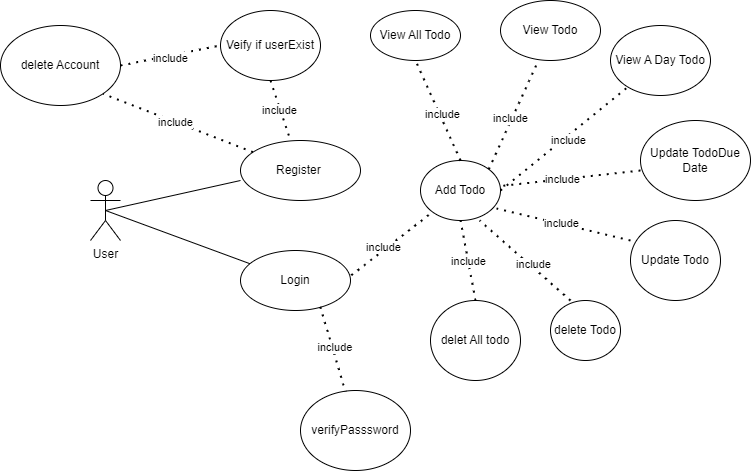
The draw.io diagram TodoListUseCase.png in OgungbeniOpeoluwa/TodoListApp, before a commit. Source tidied: cells renumbered, new cells last; positions are measured from the earlier drawing's top-left corner, leaving out a move shared by most shapes.
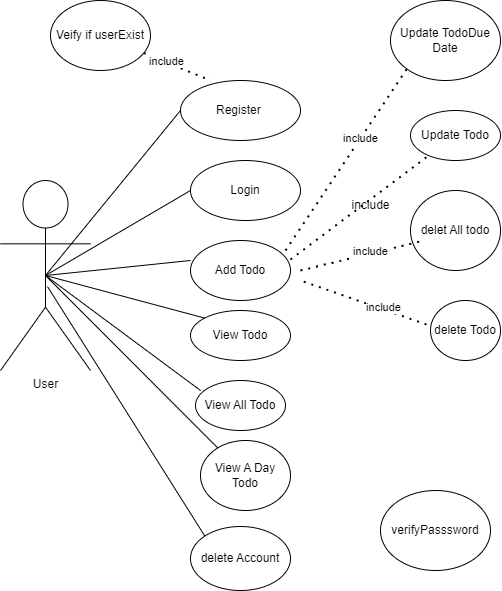
After the commit.

Commit message:
updated documentation and use case diagram

The edit, as a diff of the source:
```diff
@@ -3,133 +3,111 @@
     <mxCell id="0" />
     <mxCell id="1" parent="0" />
     <mxCell id="2" value="User&lt;br&gt;&lt;br&gt;" style="shape=umlActor;verticalLabelPosition=bottom;verticalAlign=top;html=1;outlineConnect=0;" parent="1" vertex="1">
-      <mxGeometry x="90" y="180" width="30" height="60" as="geometry" />
+      <mxGeometry x="40" y="90" width="90" height="190" as="geometry" />
     </mxCell>
-    <mxCell id="3" style="endArrow=none;html=1;rounded=0;exitX=0.5;exitY=0.5;exitDx=0;exitDy=0;exitPerimeter=0;" parent="1" edge="1" source="2">
-      <mxGeometry relative="1" as="geometry">
-        <mxPoint x="240" y="180" as="targetPoint" />
-      </mxGeometry>
+    <mxCell id="3" style="endArrow=none;html=1;rounded=0;exitX=0.5;exitY=0.5;exitDx=0;exitDy=0;exitPerimeter=0;entryX=0;entryY=0.5;entryDx=0;entryDy=0;" parent="1" edge="1" source="2" target="4">
+      <mxGeometry relative="1" as="geometry" />
     </mxCell>
     <mxCell id="4" value="Register&amp;nbsp;" style="ellipse;whiteSpace=wrap;html=1;" parent="1" vertex="1">
-      <mxGeometry x="240" y="140" width="120" height="60" as="geometry" />
+      <mxGeometry x="220" y="-10" width="120" height="60" as="geometry" />
     </mxCell>
     <mxCell id="5" value="Login" style="ellipse;whiteSpace=wrap;html=1;" parent="1" vertex="1">
-      <mxGeometry x="240" y="250" width="110" height="60" as="geometry" />
+      <mxGeometry x="230" y="70" width="110" height="60" as="geometry" />
     </mxCell>
-    <mxCell id="6" style="endArrow=none;html=1;rounded=0;exitX=0.5;exitY=0.5;exitDx=0;exitDy=0;exitPerimeter=0;" parent="1" edge="1" source="2" target="5">
+    <mxCell id="6" style="endArrow=none;html=1;rounded=0;exitX=0.5;exitY=0.5;exitDx=0;exitDy=0;exitPerimeter=0;entryX=0;entryY=0.5;entryDx=0;entryDy=0;" parent="1" edge="1" source="2" target="5">
       <mxGeometry relative="1" as="geometry" />
     </mxCell>
-    <mxCell id="7" style="endArrow=none;dashed=1;html=1;dashPattern=1 3;strokeWidth=2;rounded=0;exitX=1.008;exitY=0.413;exitDx=0;exitDy=0;exitPerimeter=0;" parent="1" edge="1" source="5" target="9">
-      <mxGeometry relative="1" as="geometry" />
-    </mxCell>
-    <mxCell id="8" value="include" style="edgeLabel;html=1;align=center;verticalAlign=middle;" parent="7" vertex="1">
-      <mxGeometry x="-0.18" y="3" relative="1" as="geometry" />
-    </mxCell>
     <mxCell id="9" value="Add Todo" style="ellipse;whiteSpace=wrap;html=1;" parent="1" vertex="1">
-      <mxGeometry x="420" y="160" width="80" height="60" as="geometry" />
+      <mxGeometry x="230" y="150" width="100" height="60" as="geometry" />
     </mxCell>
     <mxCell id="10" value="View Todo" style="ellipse;whiteSpace=wrap;html=1;" parent="1" vertex="1">
-      <mxGeometry x="500" width="100" height="60" as="geometry" />
+      <mxGeometry x="230" y="220" width="100" height="50" as="geometry" />
     </mxCell>
     <mxCell id="11" value="View All Todo" style="ellipse;whiteSpace=wrap;html=1;" parent="1" vertex="1">
-      <mxGeometry x="370" y="10" width="90" height="50" as="geometry" />
+      <mxGeometry x="235" y="290" width="90" height="50" as="geometry" />
     </mxCell>
     <mxCell id="12" value="View A Day Todo" style="ellipse;whiteSpace=wrap;html=1;" parent="1" vertex="1">
-      <mxGeometry x="610" y="25" width="100" height="70" as="geometry" />
+      <mxGeometry x="240" y="350" width="90" height="70" as="geometry" />
     </mxCell>
     <mxCell id="13" value="Update TodoDue Date" style="ellipse;whiteSpace=wrap;html=1;" parent="1" vertex="1">
-      <mxGeometry x="640" y="120" width="110" height="80" as="geometry" />
+      <mxGeometry x="430" y="-90" width="110" height="80" as="geometry" />
     </mxCell>
     <mxCell id="14" value="Update Todo" style="ellipse;whiteSpace=wrap;html=1;" parent="1" vertex="1">
-      <mxGeometry x="630" y="220" width="90" height="80" as="geometry" />
+      <mxGeometry x="450" y="20" width="90" height="50" as="geometry" />
     </mxCell>
     <mxCell id="15" value="delete Todo" style="ellipse;whiteSpace=wrap;html=1;" parent="1" vertex="1">
-      <mxGeometry x="550" y="300" width="70" height="60" as="geometry" />
+      <mxGeometry x="470" y="210" width="70" height="60" as="geometry" />
     </mxCell>
     <mxCell id="16" value="delet All todo" style="ellipse;whiteSpace=wrap;html=1;" parent="1" vertex="1">
-      <mxGeometry x="430" y="300" width="90" height="80" as="geometry" />
+      <mxGeometry x="450" y="100" width="90" height="80" as="geometry" />
     </mxCell>
     <mxCell id="17" value="delete Account" style="ellipse;whiteSpace=wrap;html=1;" parent="1" vertex="1">
-      <mxGeometry y="25" width="120" height="80" as="geometry" />
+      <mxGeometry x="230" y="436" width="100" height="64" as="geometry" />
     </mxCell>
-    <mxCell id="18" style="endArrow=none;dashed=1;html=1;dashPattern=1 3;strokeWidth=2;rounded=0;entryX=0.5;entryY=1;entryDx=0;entryDy=0;exitX=0.5;exitY=0;exitDx=0;exitDy=0;" parent="1" edge="1" source="9" target="11">
-      <mxGeometry relative="1" as="geometry" />
-    </mxCell>
-    <mxCell id="19" value="include" style="edgeLabel;html=1;align=center;verticalAlign=middle;" parent="18" vertex="1">
-      <mxGeometry x="-0.09" y="-2" relative="1" as="geometry" />
-    </mxCell>
-    <mxCell id="20" style="endArrow=none;dashed=1;html=1;dashPattern=1 3;strokeWidth=2;rounded=0;exitX=1;exitY=0;exitDx=0;exitDy=0;entryX=0.37;entryY=1.033;entryDx=0;entryDy=0;entryPerimeter=0;" parent="1" edge="1" source="9" target="10">
-      <mxGeometry relative="1" as="geometry" />
-    </mxCell>
-    <mxCell id="21" value="include" style="edgeLabel;html=1;align=center;verticalAlign=middle;" parent="20" vertex="1">
-      <mxGeometry x="-0.06" y="2" relative="1" as="geometry" />
-    </mxCell>
-    <mxCell id="22" style="endArrow=none;dashed=1;html=1;dashPattern=1 3;strokeWidth=2;rounded=0;exitX=1;exitY=0.5;exitDx=0;exitDy=0;" parent="1" edge="1" source="9" target="12">
-      <mxGeometry relative="1" as="geometry" />
-    </mxCell>
-    <mxCell id="23" value="include" style="edgeLabel;html=1;align=center;verticalAlign=middle;" parent="22" vertex="1">
-      <mxGeometry x="0.02" y="-3" relative="1" as="geometry" />
-    </mxCell>
-    <mxCell id="24" style="endArrow=none;dashed=1;html=1;dashPattern=1 3;strokeWidth=2;rounded=0;" parent="1" edge="1" target="9">
-      <mxGeometry relative="1" as="geometry">
-        <mxPoint x="640" y="170" as="sourcePoint" />
-      </mxGeometry>
-    </mxCell>
-    <mxCell id="25" value="include" style="edgeLabel;html=1;align=center;verticalAlign=middle;" parent="24" vertex="1">
-      <mxGeometry x="0.12" relative="1" as="geometry" />
-    </mxCell>
-    <mxCell id="26" style="endArrow=none;dashed=1;html=1;dashPattern=1 3;strokeWidth=2;rounded=0;exitX=0;exitY=0.25;exitDx=0;exitDy=0;entryX=0.95;entryY=0.8;entryDx=0;entryDy=0;entryPerimeter=0;exitPerimeter=0;" parent="1" edge="1" source="14" target="9">
-      <mxGeometry relative="1" as="geometry" />
-    </mxCell>
-    <mxCell id="27" value="include" style="edgeLabel;html=1;align=center;verticalAlign=middle;" parent="26" vertex="1">
-      <mxGeometry x="0.04" y="-1" relative="1" as="geometry" />
-    </mxCell>
     <mxCell id="28" style="edgeStyle=orthogonalEdgeStyle;rounded=0;orthogonalLoop=1;jettySize=auto;html=1;exitX=0.5;exitY=1;exitDx=0;exitDy=0;" parent="1" edge="1" source="15" target="15">
       <mxGeometry relative="1" as="geometry" />
     </mxCell>
-    <mxCell id="29" style="endArrow=none;dashed=1;html=1;dashPattern=1 3;strokeWidth=2;rounded=0;exitX=0.286;exitY=0;exitDx=0;exitDy=0;exitPerimeter=0;entryX=0.738;entryY=1;entryDx=0;entryDy=0;entryPerimeter=0;" parent="1" edge="1" source="15" target="9">
-      <mxGeometry relative="1" as="geometry" />
-    </mxCell>
-    <mxCell id="30" value="include" style="edgeLabel;html=1;align=center;verticalAlign=middle;" parent="29" vertex="1">
-      <mxGeometry x="-0.14" y="-3" relative="1" as="geometry" />
-    </mxCell>
-    <mxCell id="31" style="endArrow=none;dashed=1;html=1;dashPattern=1 3;strokeWidth=2;rounded=0;exitX=0.5;exitY=0;exitDx=0;exitDy=0;entryX=0.5;entryY=1;entryDx=0;entryDy=0;" parent="1" edge="1" source="16" target="9">
-      <mxGeometry relative="1" as="geometry" />
-    </mxCell>
-    <mxCell id="32" value="include" style="edgeLabel;html=1;align=center;verticalAlign=middle;" parent="31" vertex="1">
-      <mxGeometry x="-0.03" relative="1" as="geometry" />
-    </mxCell>
-    <mxCell id="33" style="endArrow=none;dashed=1;html=1;dashPattern=1 3;strokeWidth=2;rounded=0;entryX=1;entryY=1;entryDx=0;entryDy=0;" parent="1" edge="1" source="4" target="17">
-      <mxGeometry relative="1" as="geometry" />
-    </mxCell>
-    <mxCell id="34" value="include" style="edgeLabel;html=1;align=center;verticalAlign=middle;" parent="33" vertex="1">
-      <mxGeometry x="0.02" y="1" relative="1" as="geometry">
-        <mxPoint y="-1" as="offset" />
-      </mxGeometry>
-    </mxCell>
     <mxCell id="35" value="verifyPasssword" style="ellipse;whiteSpace=wrap;html=1;" parent="1" vertex="1">
-      <mxGeometry x="300" y="390" width="110" height="80" as="geometry" />
+      <mxGeometry x="420" y="400" width="110" height="80" as="geometry" />
     </mxCell>
-    <mxCell id="36" style="endArrow=none;dashed=1;html=1;dashPattern=1 3;strokeWidth=2;rounded=0;exitX=0.725;exitY=0.938;exitDx=0;exitDy=0;exitPerimeter=0;entryX=0.409;entryY=0.013;entryDx=0;entryDy=0;entryPerimeter=0;" parent="1" edge="1" source="5" target="35">
-      <mxGeometry relative="1" as="geometry" />
-    </mxCell>
-    <mxCell id="37" value="include&amp;nbsp;" style="edgeLabel;html=1;align=center;verticalAlign=middle;" parent="36" vertex="1">
-      <mxGeometry x="-0.02" y="4" relative="1" as="geometry" />
-    </mxCell>
     <mxCell id="38" value="Veify if userExist" style="ellipse;whiteSpace=wrap;html=1;" parent="1" vertex="1">
-      <mxGeometry x="220" y="10" width="100" height="70" as="geometry" />
+      <mxGeometry x="90" y="-90" width="100" height="70" as="geometry" />
     </mxCell>
+    <mxCell id="43" style="endArrow=none;html=1;rounded=0;exitX=0.5;exitY=0.5;exitDx=0;exitDy=0;exitPerimeter=0;" parent="1" edge="1" source="2">
+      <mxGeometry relative="1" as="geometry">
+        <mxPoint x="230" y="170" as="targetPoint" />
+      </mxGeometry>
+    </mxCell>
+    <mxCell id="44" style="endArrow=none;html=1;rounded=0;exitX=0.5;exitY=0.5;exitDx=0;exitDy=0;exitPerimeter=0;entryX=0;entryY=0;entryDx=0;entryDy=0;" parent="1" edge="1" source="2" target="10">
+      <mxGeometry relative="1" as="geometry" />
+    </mxCell>
+    <mxCell id="45" style="endArrow=none;html=1;rounded=0;entryX=0.056;entryY=0.2;entryDx=0;entryDy=0;entryPerimeter=0;exitX=0.5;exitY=0.5;exitDx=0;exitDy=0;exitPerimeter=0;" parent="1" edge="1" source="2" target="11">
+      <mxGeometry relative="1" as="geometry" />
+    </mxCell>
+    <mxCell id="46" style="endArrow=none;html=1;rounded=0;exitX=0.5;exitY=0.5;exitDx=0;exitDy=0;exitPerimeter=0;" parent="1" edge="1" source="2" target="12">
+      <mxGeometry relative="1" as="geometry" />
+    </mxCell>
+    <mxCell id="47" style="endArrow=none;html=1;rounded=0;exitX=0.522;exitY=0.558;exitDx=0;exitDy=0;exitPerimeter=0;entryX=0;entryY=0;entryDx=0;entryDy=0;" parent="1" edge="1" source="2" target="17">
+      <mxGeometry relative="1" as="geometry" />
+    </mxCell>
-    <mxCell id="39" style="endArrow=none;dashed=1;html=1;dashPattern=1 3;strokeWidth=2;rounded=0;exitX=0.5;exitY=1;exitDx=0;exitDy=0;" parent="1" edge="1" source="38" target="4">
+    <mxCell id="39" style="endArrow=none;dashed=1;html=1;dashPattern=1 3;strokeWidth=2;rounded=0;entryX=0.25;entryY=0;entryDx=0;entryDy=0;entryPerimeter=0;" parent="1" edge="1" source="38" target="4">
       <mxGeometry relative="1" as="geometry" />
     </mxCell>
-    <mxCell id="40" value="include" style="edgeLabel;html=1;align=center;verticalAlign=middle;" parent="39" vertex="1">
-      <mxGeometry x="-0.02" y="-1" relative="1" as="geometry" />
-    </mxCell>
-    <mxCell id="41" style="endArrow=none;dashed=1;html=1;dashPattern=1 3;strokeWidth=2;rounded=0;exitX=1;exitY=0.5;exitDx=0;exitDy=0;entryX=0;entryY=0.5;entryDx=0;entryDy=0;" parent="1" edge="1" source="17" target="38">
-      <mxGeometry relative="1" as="geometry" />
-    </mxCell>
-    <mxCell id="42" value="include" style="edgeLabel;html=1;align=center;verticalAlign=middle;" parent="41" vertex="1">
-      <mxGeometry x="-0.03" y="-2" relative="1" as="geometry" />
-    </mxCell>
+    <mxCell id="48" value="include" style="edgeLabel;html=1;align=center;verticalAlign=middle;" parent="39" vertex="1">
+      <mxGeometry x="-0.36" y="1" relative="1" as="geometry" />
+    </mxCell>
+    <mxCell id="49" style="endArrow=none;dashed=1;html=1;dashPattern=1 3;strokeWidth=2;rounded=0;entryX=0;entryY=1;entryDx=0;entryDy=0;exitX=0.95;exitY=0.167;exitDx=0;exitDy=0;exitPerimeter=0;" parent="1" edge="1" source="9" target="13">
+      <mxGeometry relative="1" as="geometry" />
+    </mxCell>
+    <mxCell id="50" value="include" style="edgeLabel;html=1;align=center;verticalAlign=middle;" parent="49" vertex="1">
+      <mxGeometry x="0.23" y="2" relative="1" as="geometry">
+        <mxPoint x="1" as="offset" />
+      </mxGeometry>
+    </mxCell>
+    <mxCell id="51" style="endArrow=none;dashed=1;html=1;dashPattern=1 3;strokeWidth=2;rounded=0;exitX=1;exitY=0.5;exitDx=0;exitDy=0;" parent="1" edge="1">
+      <mxGeometry relative="1" as="geometry">
+        <mxPoint x="340" y="180" as="sourcePoint" />
+        <mxPoint x="461.6" y="150.5" as="targetPoint" />
+      </mxGeometry>
+    </mxCell>
+    <mxCell id="52" value="include" style="edgeLabel;html=1;align=center;verticalAlign=middle;" parent="51" vertex="1">
+      <mxGeometry x="0.68" y="-5" relative="1" as="geometry">
+        <mxPoint x="-33" as="offset" />
+      </mxGeometry>
+    </mxCell>
+    <mxCell id="53" style="endArrow=none;dashed=1;html=1;dashPattern=1 3;strokeWidth=2;rounded=0;exitX=-0.057;exitY=0.4;exitDx=0;exitDy=0;exitPerimeter=0;" parent="1" edge="1" source="15">
+      <mxGeometry relative="1" as="geometry">
+        <mxPoint x="340" y="190" as="targetPoint" />
+      </mxGeometry>
+    </mxCell>
+    <mxCell id="54" value="include" style="edgeLabel;html=1;align=center;verticalAlign=middle;" parent="53" vertex="1">
+      <mxGeometry x="-0.29" y="-2" relative="1" as="geometry" />
+    </mxCell>
+    <mxCell id="55" style="endArrow=none;dashed=1;html=1;dashPattern=1 3;strokeWidth=2;rounded=0;exitX=1;exitY=0.317;exitDx=0;exitDy=0;exitPerimeter=0;" parent="1" edge="1" source="9" target="14">
+      <mxGeometry relative="1" as="geometry" />
+    </mxCell>
+    <mxCell id="56" value="include" style="text;html=1;align=center;verticalAlign=middle;strokeColor=none;fillColor=none;" parent="1" vertex="1">
+      <mxGeometry x="380" y="100" width="60" height="30" as="geometry" />
+    </mxCell>
   </root>
 </mxGraphModel>
```
